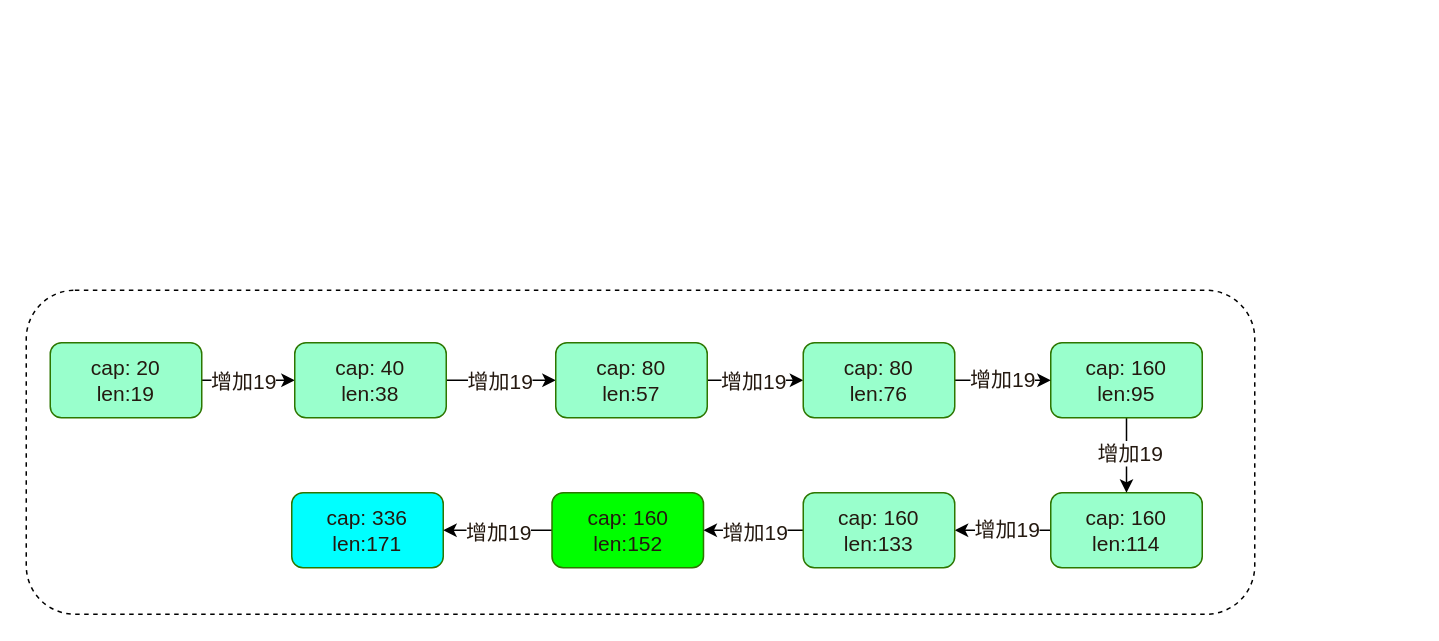
The draw.io diagram page "go语言编译" (11 of 11) of sidecar.drawio in xinguai/asmshare, before the edit. Source tidied: cells renumbered, new cells numbered last; positions are measured from the earlier drawing's top-left corner, leaving out a move shared by most shapes. Both pictures are drawn from the tidied source at 150%, with x=0, y=0 at pixel (26, 290).
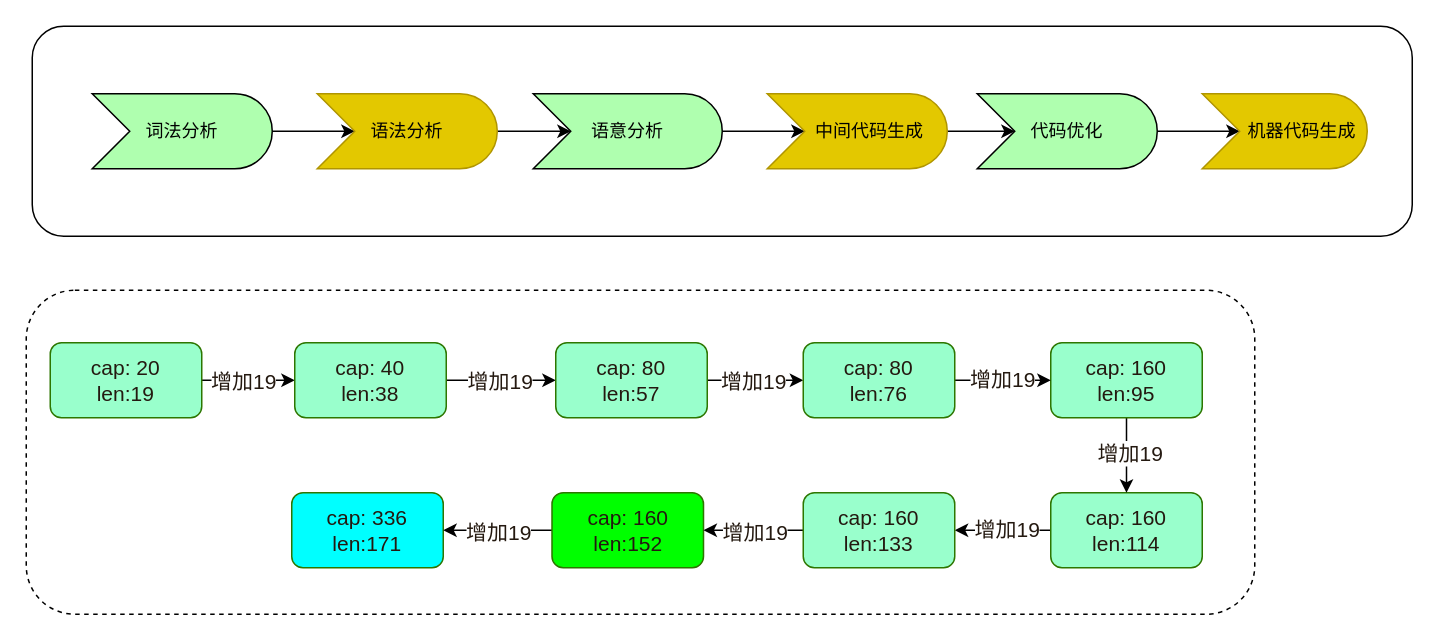
The same page after the edit.

What changed in the source:
```diff
@@
+    <mxCell id="27" style="rounded=1;whiteSpace=wrap;html=1;shadow=0;glass=0;" parent="1" vertex="1">
+      <mxGeometry x="4" y="-176" width="920" height="140" as="geometry" />
+    </mxCell>
+    <mxCell id="28" style="edgeStyle=orthogonalEdgeStyle;rounded=0;jettySize=auto;html=1;exitX=1;exitY=0.5;exitDx=0;exitDy=0;exitPerimeter=0;entryX=0;entryY=0;entryDx=25;entryDy=25;entryPerimeter=0;" parent="1" edge="1" source="29" target="31">
+      <mxGeometry relative="1" as="geometry" />
+    </mxCell>
+    <mxCell id="29" value="词法分析" style="html=1;outlineConnect=0;whiteSpace=wrap;fillColor=#AFFFAF;shape=mxgraph.archimate3.event;rounded=0;" parent="1" vertex="1">
+      <mxGeometry x="44" y="-131" width="120" height="50" as="geometry" />
+    </mxCell>
+    <mxCell id="30" style="edgeStyle=orthogonalEdgeStyle;rounded=0;jettySize=auto;html=1;exitX=1;exitY=0.5;exitDx=0;exitDy=0;exitPerimeter=0;entryX=0;entryY=0;entryDx=25;entryDy=25;entryPerimeter=0;" parent="1" edge="1" source="31" target="33">
+      <mxGeometry relative="1" as="geometry" />
+    </mxCell>
+    <mxCell id="31" value="语法分析" style="html=1;outlineConnect=0;whiteSpace=wrap;fillColor=#e3c800;shape=mxgraph.archimate3.event;rounded=0;fontColor=#000000;strokeColor=#B09500;" parent="1" vertex="1">
+      <mxGeometry x="194" y="-131" width="120" height="50" as="geometry" />
+    </mxCell>
+    <mxCell id="32" style="edgeStyle=orthogonalEdgeStyle;rounded=0;jettySize=auto;html=1;exitX=1;exitY=0.5;exitDx=0;exitDy=0;exitPerimeter=0;entryX=0;entryY=0;entryDx=25;entryDy=25;entryPerimeter=0;" parent="1" edge="1" source="33" target="35">
+      <mxGeometry relative="1" as="geometry" />
+    </mxCell>
+    <mxCell id="33" value="语意分析" style="html=1;outlineConnect=0;whiteSpace=wrap;fillColor=#AFFFAF;shape=mxgraph.archimate3.event;rounded=0;" parent="1" vertex="1">
+      <mxGeometry x="338" y="-131" width="126" height="50" as="geometry" />
+    </mxCell>
+    <mxCell id="34" style="edgeStyle=orthogonalEdgeStyle;rounded=0;jettySize=auto;html=1;exitX=1;exitY=0.5;exitDx=0;exitDy=0;exitPerimeter=0;entryX=0;entryY=0;entryDx=25;entryDy=25;entryPerimeter=0;" parent="1" edge="1" source="35" target="37">
+      <mxGeometry relative="1" as="geometry" />
+    </mxCell>
+    <mxCell id="35" value="&amp;nbsp; &amp;nbsp; &amp;nbsp;中间代码生成" style="html=1;outlineConnect=0;whiteSpace=wrap;fillColor=#e3c800;shape=mxgraph.archimate3.event;rounded=0;fontColor=#000000;strokeColor=#B09500;" parent="1" vertex="1">
+      <mxGeometry x="494" y="-131" width="120" height="50" as="geometry" />
+    </mxCell>
+    <mxCell id="36" style="edgeStyle=orthogonalEdgeStyle;rounded=0;jettySize=auto;html=1;exitX=1;exitY=0.5;exitDx=0;exitDy=0;exitPerimeter=0;entryX=0;entryY=0;entryDx=25;entryDy=25;entryPerimeter=0;" parent="1" edge="1" source="37" target="38">
+      <mxGeometry relative="1" as="geometry" />
+    </mxCell>
+    <mxCell id="37" value="代码优化" style="html=1;outlineConnect=0;whiteSpace=wrap;fillColor=#AFFFAF;shape=mxgraph.archimate3.event;rounded=0;" parent="1" vertex="1">
+      <mxGeometry x="634" y="-131" width="120" height="50" as="geometry" />
+    </mxCell>
+    <mxCell id="38" value="&amp;nbsp; &amp;nbsp; &amp;nbsp; &amp;nbsp;机器代码生成" style="html=1;outlineConnect=0;whiteSpace=wrap;fillColor=#e3c800;shape=mxgraph.archimate3.event;rounded=0;fontColor=#000000;strokeColor=#B09500;" parent="1" vertex="1">
+      <mxGeometry x="784" y="-131" width="110" height="50" as="geometry" />
+    </mxCell>
```
